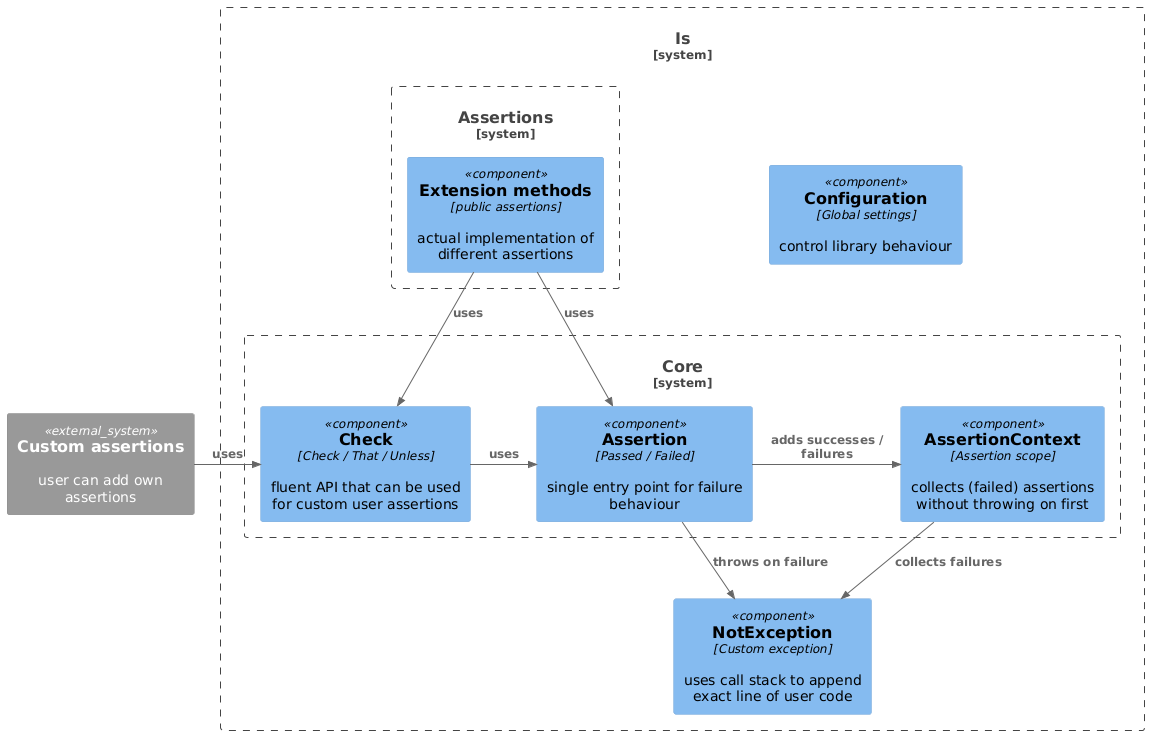
Before: Docs/Architecture.png, a diagram exported from PlantUML (chrismo80/Is).
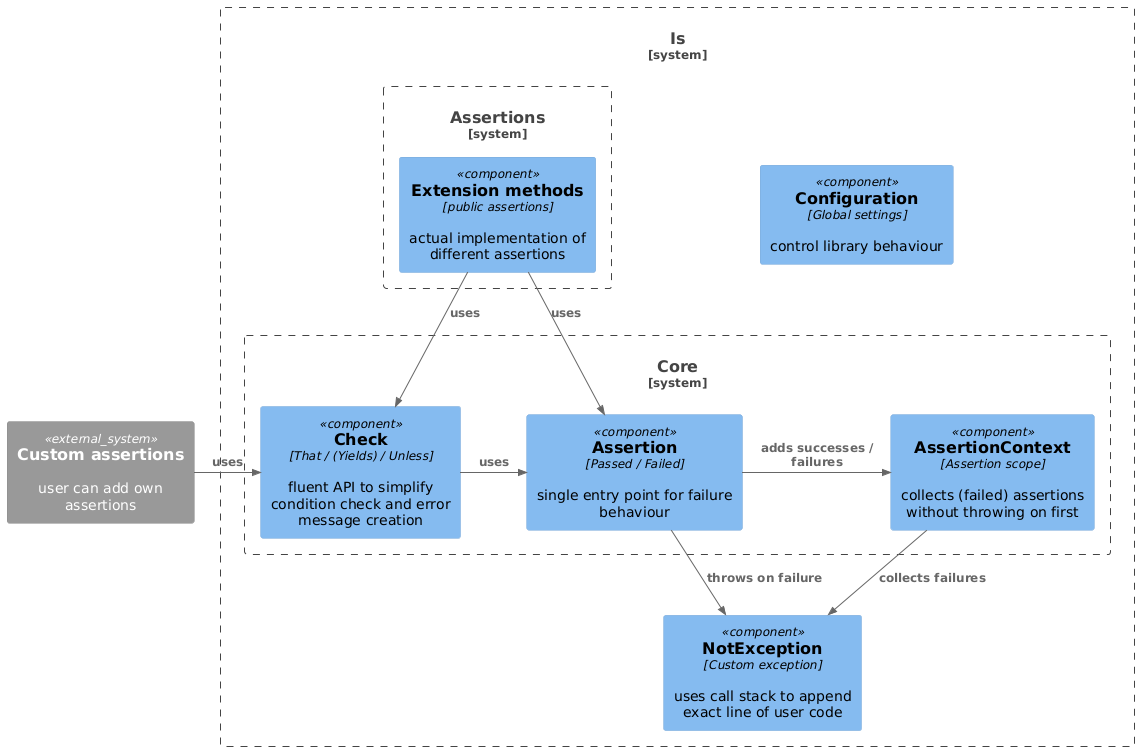
The same diagram one commit later.

Change to the diagram source:
```diff
@@ -16,7 +16,7 @@
 
     System_Boundary(Core, "Core") {
         Component(ass, "Assertion", "Passed / Failed", "single entry point for failure behaviour")
-        Component(check, "Check", "Check / That / Unless", "fluent API that can be used for custom user assertions")
+        Component(check, "Check", "That / (Yields) / Unless", "fluent API to simplify condition check and error message creation")
         Component(ctx, "AssertionContext", "Assertion scope", "collects (failed) assertions without throwing on first")
         }
     }
```
